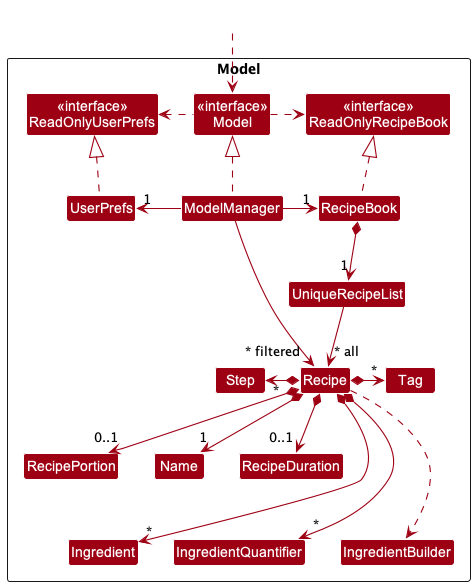
Before: docs/images/ModelClassDiagram.png, a diagram exported from PlantUML (AY2223S2-CS2103-T13-2/tp).
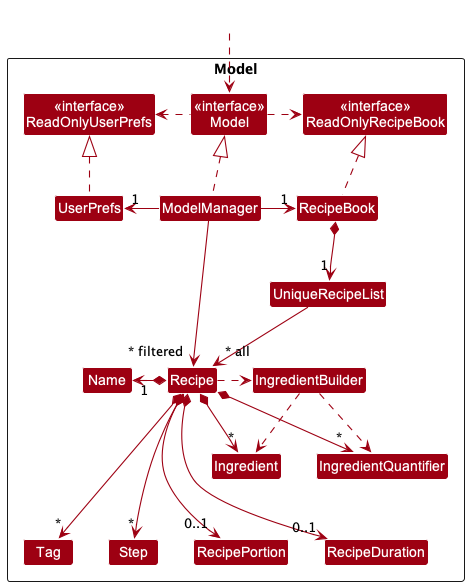
The same file after the commit.

Commit message:
Add final Model class diagram

The edit, as a diff of the source:
```diff
@@ -39,14 +39,17 @@
 
 RecipeBook *--> "1" UniqueRecipeList
 UniqueRecipeList --> "~* all" Recipe
-Recipe *--right-> "*" Tag
-Recipe *--left-> "*" Step
-Recipe *--> "0..1" RecipeDuration
-Recipe *--> "0..1" RecipePortion
-Recipe *--> "1" Name
-Recipe *---> "*" Ingredient
-Recipe *---> "*" IngredientQuantifier
-Recipe ...> IngredientBuilder
+Recipe *--l-> "1" Name
+Recipe *---> "*" Tag
+Recipe *---> "*" Step
+Recipe *---> "0..1" RecipeDuration
+Recipe *---> "0..1" RecipePortion
+Recipe *-right-> "*" Ingredient
+Recipe *--> "*" IngredientQuantifier
+Recipe .right.> IngredientBuilder
+
+IngredientBuilder ..> Ingredient
+IngredientBuilder ..> IngredientQuantifier
 
 ModelManager -->"~* filtered" Recipe
 @enduml
```
